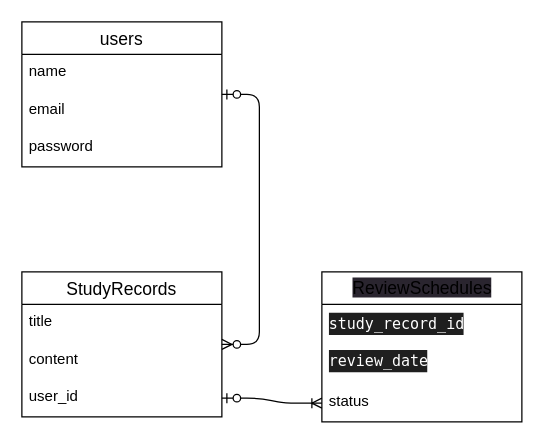
Above: entity_relationship.dio in kameta1008/study_recall (draw.io), before the change. Source tidied: cells renumbered, new cells numbered last; positions are measured from the earlier drawing's top-left corner, leaving out a move shared by most shapes. Both pictures are drawn from the tidied source at 125%, with x=0, y=0 at pixel (21, 21).
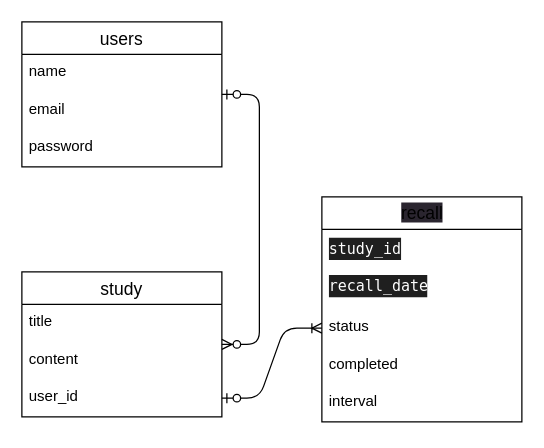
Above is the later version.

Diff of the diagram source:
```diff
@@
 <mxGraphModel>
   <root>
     <mxCell id="0" />
     <mxCell id="1" parent="0" />
     <mxCell id="2" value="users" style="swimlane;fontStyle=0;horizontal=1;startSize=26;align=center;fontSize=14;shadow=0;fillColor=default;" parent="1" vertex="1">
       <mxGeometry width="160" height="116" as="geometry" />
     </mxCell>
     <mxCell id="3" value="name" style="text;strokeColor=none;fillColor=none;spacingLeft=4;spacingRight=4;overflow=hidden;fontSize=12;" parent="2" vertex="1">
       <mxGeometry y="26" width="160" height="30" as="geometry" />
     </mxCell>
     <mxCell id="4" value="email" style="text;strokeColor=none;fillColor=none;spacingLeft=4;spacingRight=4;overflow=hidden;fontSize=12;" parent="2" vertex="1">
       <mxGeometry y="56" width="160" height="30" as="geometry" />
     </mxCell>
     <mxCell id="5" value="password&#10;" style="text;strokeColor=none;fillColor=none;spacingLeft=4;spacingRight=4;overflow=hidden;fontSize=12;" parent="2" vertex="1">
       <mxGeometry y="86" width="160" height="30" as="geometry" />
     </mxCell>
-    <mxCell id="6" value="StudyRecords" style="swimlane;fontStyle=0;horizontal=1;startSize=26;align=center;fontSize=14;" parent="1" vertex="1">
+    <mxCell id="6" value="study" style="swimlane;fontStyle=0;horizontal=1;startSize=26;align=center;fontSize=14;" parent="1" vertex="1">
       <mxGeometry y="200" width="160" height="116" as="geometry" />
     </mxCell>
     <mxCell id="7" value="title" style="text;strokeColor=none;fillColor=none;spacingLeft=4;spacingRight=4;overflow=hidden;fontSize=12;" parent="6" vertex="1">
       <mxGeometry y="26" width="160" height="30" as="geometry" />
     </mxCell>
     <mxCell id="8" value="content" style="text;strokeColor=none;fillColor=none;spacingLeft=4;spacingRight=4;overflow=hidden;fontSize=12;" parent="6" vertex="1">
       <mxGeometry y="56" width="160" height="30" as="geometry" />
     </mxCell>
     <mxCell id="9" value="user_id" style="text;strokeColor=none;fillColor=none;spacingLeft=4;spacingRight=4;overflow=hidden;points=[[0,0.5],[1,0.5]];portConstraint=eastwest;fontSize=12;labelBackgroundColor=default;html=1;" parent="6" vertex="1">
       <mxGeometry y="86" width="160" height="30" as="geometry" />
     </mxCell>
     <mxCell id="10" style="edgeStyle=entityRelationEdgeStyle;fontSize=12;html=1;endArrow=ERzeroToMany;startArrow=ERzeroToOne;" parent="1" edge="1" source="2" target="6">
       <mxGeometry relative="1" as="geometry" />
     </mxCell>
-    <mxCell id="11" value="&lt;span style=&quot;background-color: rgb(42, 37, 47);&quot;&gt;ReviewSchedules&lt;/span&gt;" style="swimlane;fontStyle=0;horizontal=1;startSize=26;align=center;fontSize=14;labelBackgroundColor=default;html=1;" parent="1" vertex="1">
-      <mxGeometry x="240" y="200" width="160" height="120" as="geometry" />
+    <mxCell id="11" value="&lt;span style=&quot;background-color: rgb(42, 37, 47);&quot;&gt;recall&lt;/span&gt;" style="swimlane;fontStyle=0;horizontal=1;startSize=26;align=center;fontSize=14;labelBackgroundColor=default;html=1;" parent="1" vertex="1">
+      <mxGeometry x="240" y="140" width="160" height="180" as="geometry" />
     </mxCell>
-    <mxCell id="12" value="&lt;div style=&quot;background-color: rgb(31, 31, 31); font-family: Menlo, Monaco, &amp;quot;Courier New&amp;quot;, monospace; line-height: 18px;&quot;&gt;&lt;font color=&quot;#ffffff&quot;&gt;study_record_id&lt;/font&gt;&lt;/div&gt;" style="text;strokeColor=none;fillColor=none;spacingLeft=4;spacingRight=4;overflow=hidden;fontSize=12;labelBackgroundColor=default;html=1;" parent="11" vertex="1">
+    <mxCell id="12" value="&lt;div style=&quot;background-color: rgb(31, 31, 31); font-family: Menlo, Monaco, &amp;quot;Courier New&amp;quot;, monospace; line-height: 18px;&quot;&gt;&lt;font color=&quot;#ffffff&quot;&gt;study_id&lt;/font&gt;&lt;/div&gt;" style="text;strokeColor=none;fillColor=none;spacingLeft=4;spacingRight=4;overflow=hidden;fontSize=12;labelBackgroundColor=default;html=1;" parent="11" vertex="1">
       <mxGeometry y="26" width="160" height="30" as="geometry" />
     </mxCell>
-    <mxCell id="13" value="&lt;div style=&quot;background-color: rgb(31, 31, 31); font-family: Menlo, Monaco, &amp;quot;Courier New&amp;quot;, monospace; line-height: 18px;&quot;&gt;&lt;font color=&quot;#ffffff&quot;&gt;review_date&lt;/font&gt;&lt;/div&gt;" style="text;strokeColor=none;fillColor=none;spacingLeft=4;spacingRight=4;overflow=hidden;fontSize=12;labelBackgroundColor=default;html=1;" parent="11" vertex="1">
+    <mxCell id="13" value="&lt;div style=&quot;background-color: rgb(31, 31, 31); font-family: Menlo, Monaco, &amp;quot;Courier New&amp;quot;, monospace; line-height: 18px;&quot;&gt;&lt;font color=&quot;#ffffff&quot;&gt;recall_date&lt;/font&gt;&lt;/div&gt;" style="text;strokeColor=none;fillColor=none;spacingLeft=4;spacingRight=4;overflow=hidden;fontSize=12;labelBackgroundColor=default;html=1;" parent="11" vertex="1">
       <mxGeometry y="56" width="160" height="34" as="geometry" />
     </mxCell>
     <mxCell id="14" value="status" style="text;strokeColor=none;fillColor=none;spacingLeft=4;spacingRight=4;overflow=hidden;points=[[0,0.5],[1,0.5]];portConstraint=eastwest;fontSize=12;" parent="11" vertex="1">
       <mxGeometry y="90" width="160" height="30" as="geometry" />
     </mxCell>
+    <mxCell id="16" value="completed" style="text;strokeColor=none;fillColor=none;spacingLeft=4;spacingRight=4;overflow=hidden;fontSize=12;" parent="11" vertex="1">
+      <mxGeometry y="120" width="160" height="30" as="geometry" />
+    </mxCell>
+    <mxCell id="17" value="interval" style="text;strokeColor=none;fillColor=none;spacingLeft=4;spacingRight=4;overflow=hidden;fontSize=12;" parent="11" vertex="1">
+      <mxGeometry y="150" width="160" height="30" as="geometry" />
+    </mxCell>
     <mxCell id="15" style="edgeStyle=entityRelationEdgeStyle;fontSize=12;html=1;endArrow=ERoneToMany;startArrow=ERzeroToOne;fontColor=#FFFFFF;" parent="1" edge="1" source="9" target="14">
       <mxGeometry relative="1" as="geometry" />
     </mxCell>
   </root>
 </mxGraphModel>
```
